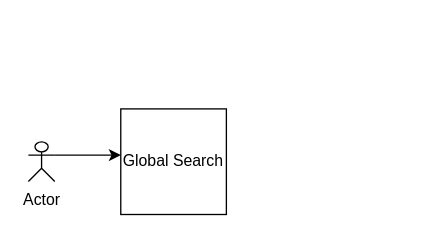
The draw.io diagram assets/sss.drawio in ganisback/draw.io, before the edit. Source tidied: cells renumbered, new cells numbered last; positions are measured from the earlier drawing's top-left corner, leaving out a move shared by most shapes. Both pictures are drawn from the tidied source at 132%, with x=0, y=0 at pixel (28, 108).
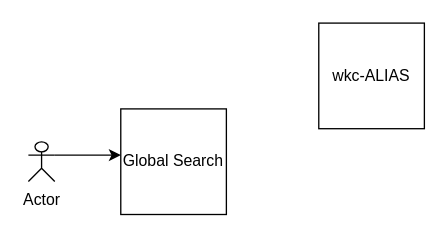
Above is the later version.

Diff of the diagram source:
```diff
@@
 <mxGraphModel>
   <root>
     <mxCell id="0" />
     <mxCell id="1" parent="0" />
     <mxCell id="2" value="Actor" style="shape=umlActor;verticalLabelPosition=bottom;verticalAlign=top;html=1;outlineConnect=0;" parent="1" vertex="1">
       <mxGeometry y="25" width="20" height="30" as="geometry" />
     </mxCell>
     <mxCell id="3" value="Global Search" style="whiteSpace=wrap;html=1;" parent="1" vertex="1">
       <mxGeometry x="70" width="80" height="80" as="geometry" />
     </mxCell>
     <mxCell id="4" style="endArrow=classic;html=1;rounded=0;exitX=1;exitY=0.3333333333333333;exitDx=0;exitDy=0;exitPerimeter=0;" parent="1" edge="1" source="2">
       <mxGeometry relative="1" as="geometry">
         <mxPoint x="70" y="35" as="targetPoint" />
       </mxGeometry>
     </mxCell>
+    <mxCell id="5" value="wkc-ALIAS" style="whiteSpace=wrap;html=1;" parent="1" vertex="1">
+      <mxGeometry x="220" y="-65" width="80" height="80" as="geometry" />
+    </mxCell>
   </root>
 </mxGraphModel>
```
